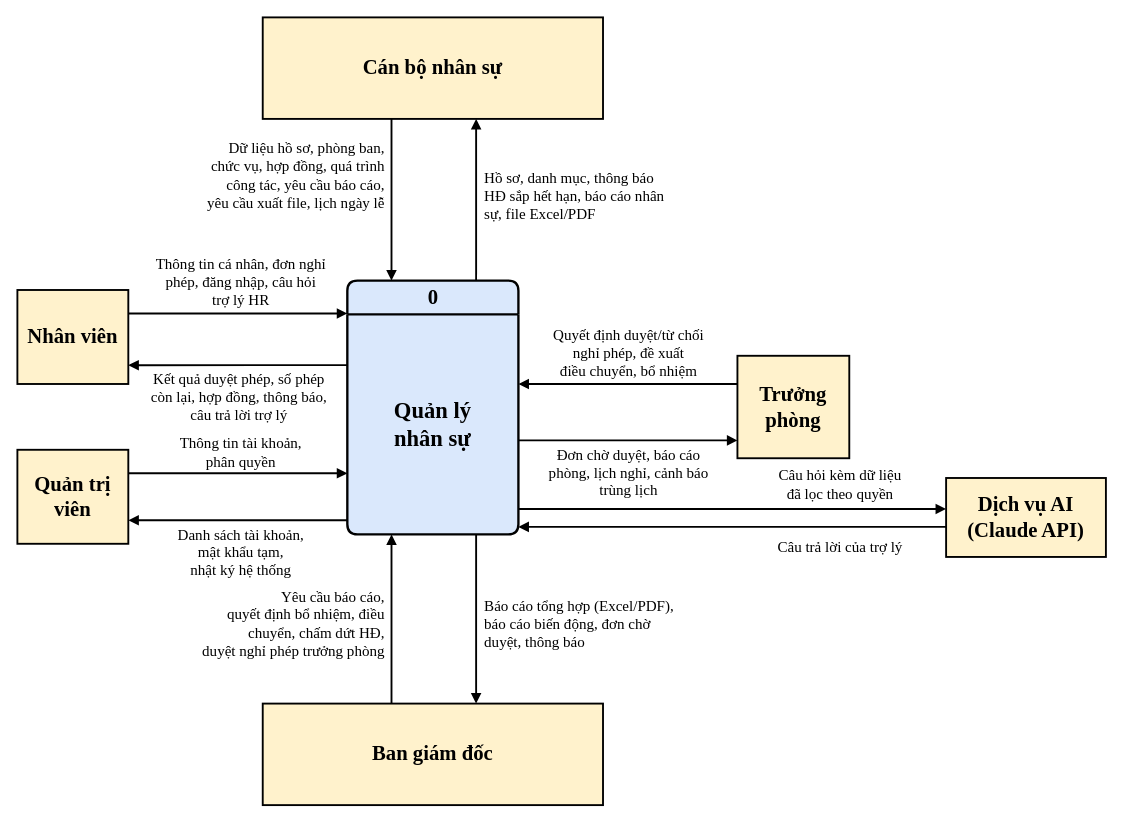
This is page "DFD muc ngu canh" (2 of 10) of diagrams/bfd-dfd.drawio from ninhduo263/human-resource-management-system, a draw.io file, before an edit. Source tidied: cells renumbered, new cells numbered last; positions are measured from the earlier drawing's top-left corner, leaving out a move shared by most shapes. Both pictures are drawn from the tidied source at 94%, with x=0, y=0 at pixel (17, 17).
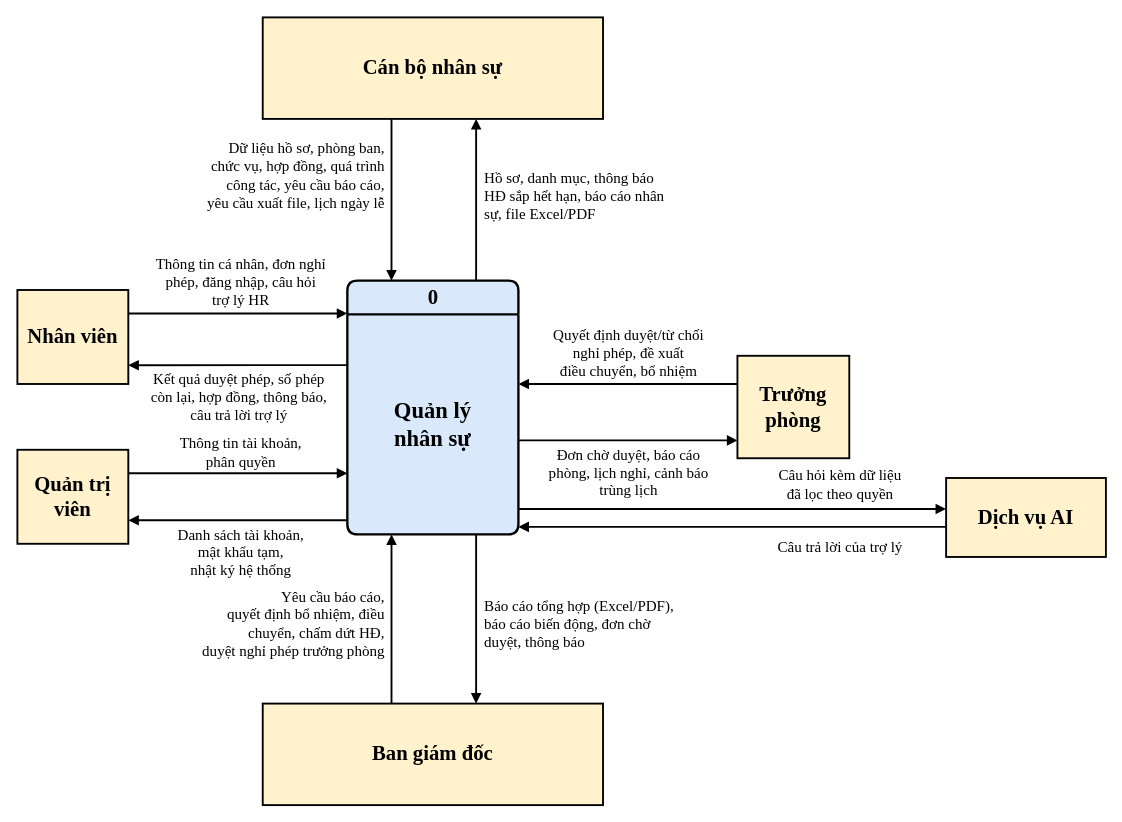
The same page after the edit.

Diff of the diagram source:
```diff
@@
-    <mxCell id="29" value="Dịch vụ AI&#10;(Claude API)" style="rounded=0;whiteSpace=wrap;html=1;fillColor=#FFF2CC;strokeColor=#000000;strokeWidth=2;fontStyle=1;fontSize=22;fontFamily=Times New Roman;" parent="1" vertex="1">
+    <mxCell id="29" value="Dịch vụ AI" style="rounded=0;whiteSpace=wrap;html=1;fillColor=#FFF2CC;strokeColor=#000000;strokeWidth=2;fontStyle=1;fontSize=22;fontFamily=Times New Roman;" parent="1" vertex="1">
       <mxGeometry x="988" y="490" width="170" height="84" as="geometry" />
     </mxCell>
```
